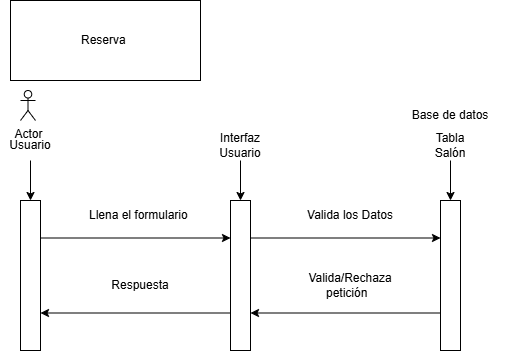
The draw.io diagram extracted_diagrams/image6.png in JulianCorsich1/Proyecto.Taller.JJ, before a commit. Source tidied: cells renumbered, new cells last; positions are measured from the earlier drawing's top-left corner, leaving out a move shared by most shapes.
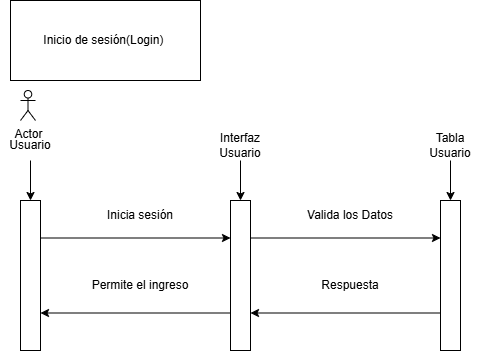
After the change.

What changed in the source:
```diff
@@ -40,29 +40,26 @@
     <mxCell id="13" style="edgeStyle=orthogonalEdgeStyle;rounded=0;jettySize=auto;html=1;exitX=0.5;exitY=1;exitDx=0;exitDy=0;entryX=0.5;entryY=0;entryDx=0;entryDy=0;" parent="1" edge="1" source="14" target="10">
       <mxGeometry relative="1" as="geometry" />
     </mxCell>
-    <mxCell id="14" value="Tabla Salón" style="text;html=1;whiteSpace=wrap;strokeColor=none;fillColor=none;align=center;verticalAlign=middle;rounded=0;" parent="1" vertex="1">
+    <mxCell id="14" value="Tabla Usuario" style="text;html=1;whiteSpace=wrap;strokeColor=none;fillColor=none;align=center;verticalAlign=middle;rounded=0;" parent="1" vertex="1">
       <mxGeometry x="420" y="130" width="60" height="30" as="geometry" />
     </mxCell>
-    <mxCell id="15" value="Llena el formulario&amp;nbsp;" style="text;html=1;whiteSpace=wrap;strokeColor=none;fillColor=none;align=center;verticalAlign=middle;rounded=0;" parent="1" vertex="1">
+    <mxCell id="15" value="Inicia sesión" style="text;html=1;whiteSpace=wrap;strokeColor=none;fillColor=none;align=center;verticalAlign=middle;rounded=0;" parent="1" vertex="1">
       <mxGeometry x="80" y="200" width="120" height="30" as="geometry" />
     </mxCell>
     <mxCell id="16" value="Valida los Datos" style="text;html=1;whiteSpace=wrap;strokeColor=none;fillColor=none;align=center;verticalAlign=middle;rounded=0;" parent="1" vertex="1">
       <mxGeometry x="290" y="200" width="120" height="30" as="geometry" />
     </mxCell>
-    <mxCell id="17" value="Valida/Rechaza petición&amp;nbsp;&amp;nbsp;" style="text;html=1;whiteSpace=wrap;strokeColor=none;fillColor=none;align=center;verticalAlign=middle;rounded=0;" parent="1" vertex="1">
+    <mxCell id="17" value="Respuesta" style="text;html=1;whiteSpace=wrap;strokeColor=none;fillColor=none;align=center;verticalAlign=middle;rounded=0;" parent="1" vertex="1">
       <mxGeometry x="290" y="270" width="120" height="30" as="geometry" />
     </mxCell>
-    <mxCell id="18" value="Respuesta" style="text;html=1;whiteSpace=wrap;strokeColor=none;fillColor=none;align=center;verticalAlign=middle;rounded=0;" parent="1" vertex="1">
+    <mxCell id="18" value="Permite el ingreso" style="text;html=1;whiteSpace=wrap;strokeColor=none;fillColor=none;align=center;verticalAlign=middle;rounded=0;" parent="1" vertex="1">
       <mxGeometry x="80" y="270" width="120" height="30" as="geometry" />
     </mxCell>
-    <mxCell id="19" value="Reserva&amp;nbsp;" style="text;html=1;whiteSpace=wrap;strokeColor=default;fillColor=none;align=center;verticalAlign=middle;rounded=0;gradientColor=none;" parent="1" vertex="1">
+    <mxCell id="19" value="Inicio de sesión(Login)&amp;nbsp;" style="text;html=1;whiteSpace=wrap;strokeColor=default;fillColor=none;align=center;verticalAlign=middle;rounded=0;gradientColor=none;" parent="1" vertex="1">
       <mxGeometry x="10" width="190" height="80" as="geometry" />
     </mxCell>
     <mxCell id="20" value="Actor" style="shape=umlActor;verticalLabelPosition=bottom;verticalAlign=top;html=1;" parent="1" vertex="1">
       <mxGeometry x="20" y="90" width="15" height="30" as="geometry" />
     </mxCell>
-    <mxCell id="21" value="Base de datos" style="text;html=1;whiteSpace=wrap;strokeColor=none;fillColor=none;align=center;verticalAlign=middle;rounded=0;" parent="1" vertex="1">
-      <mxGeometry x="395" y="100" width="110" height="30" as="geometry" />
-    </mxCell>
   </root>
 </mxGraphModel>
```
